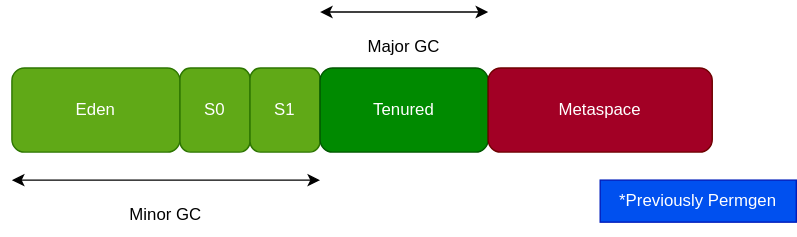
Earlier version of the draw.io export content/tales/jvm-heap.drawio.svg (balajivijayan/balajivijayan.github.io). Source tidied: cells renumbered, new cells last; positions are measured from the earlier drawing's top-left corner, leaving out a move shared by most shapes.
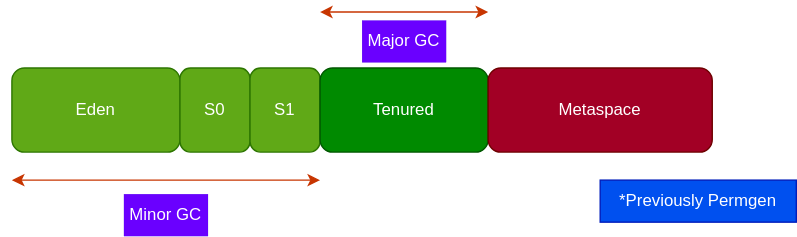
Above is the later version.

Commit message:
add jvm model

Change to the diagram source:
```diff
@@ -20,22 +20,22 @@
     <mxCell id="7" value="*Previously Permgen" style="text;html=1;strokeColor=#001DBC;fillColor=#0050ef;align=center;verticalAlign=middle;whiteSpace=wrap;rounded=0;fontColor=#ffffff;" parent="1" vertex="1">
       <mxGeometry x="420" y="120" width="140" height="30" as="geometry" />
     </mxCell>
-    <mxCell id="8" style="endArrow=classic;startArrow=classic;html=1;" parent="1" edge="1">
+    <mxCell id="8" style="endArrow=classic;startArrow=classic;html=1;fillColor=#fa6800;strokeColor=#C73500;" parent="1" edge="1">
       <mxGeometry relative="1" as="geometry">
         <mxPoint y="120" as="sourcePoint" />
         <mxPoint x="220" y="120" as="targetPoint" />
       </mxGeometry>
     </mxCell>
-    <mxCell id="9" style="endArrow=classic;startArrow=classic;html=1;" parent="1" edge="1">
+    <mxCell id="9" style="endArrow=classic;startArrow=classic;html=1;fillColor=#fa6800;strokeColor=#C73500;" parent="1" edge="1">
       <mxGeometry relative="1" as="geometry">
         <mxPoint x="220" as="sourcePoint" />
         <mxPoint x="340" as="targetPoint" />
       </mxGeometry>
     </mxCell>
-    <mxCell id="10" value="Major GC" style="text;html=1;strokeColor=none;fillColor=none;align=center;verticalAlign=middle;whiteSpace=wrap;rounded=0;strokeWidth=0;" parent="1" vertex="1">
-      <mxGeometry x="250" y="10" width="60" height="30" as="geometry" />
+    <mxCell id="10" value="Major GC" style="text;html=1;strokeColor=#3700CC;fillColor=#6a00ff;align=center;verticalAlign=middle;whiteSpace=wrap;rounded=0;strokeWidth=0;fontColor=#ffffff;" parent="1" vertex="1">
+      <mxGeometry x="250" y="6" width="60" height="30" as="geometry" />
     </mxCell>
-    <mxCell id="11" value="Minor GC" style="text;html=1;strokeColor=none;fillColor=none;align=center;verticalAlign=middle;whiteSpace=wrap;rounded=0;strokeWidth=0;" parent="1" vertex="1">
+    <mxCell id="11" value="Minor GC" style="text;html=1;strokeColor=#3700CC;fillColor=#6a00ff;align=center;verticalAlign=middle;whiteSpace=wrap;rounded=0;strokeWidth=0;fontColor=#ffffff;" parent="1" vertex="1">
       <mxGeometry x="80" y="130" width="60" height="30" as="geometry" />
     </mxCell>
   </root>
```
